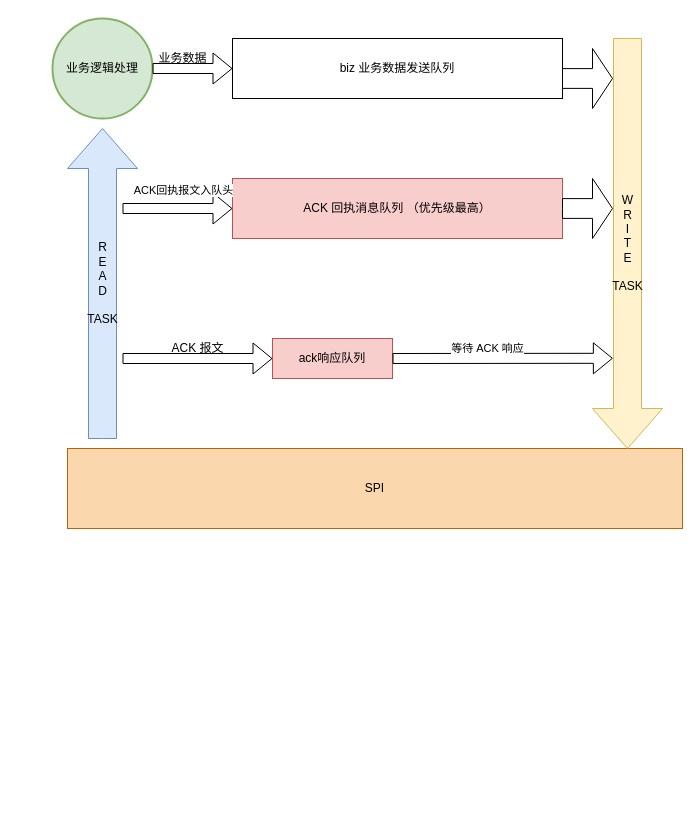
This is page "Page-3" (3 of 6) of elink.drawio from chenxuzy/ThreadPool, a draw.io file, before an edit. Source tidied: cells renumbered, new cells numbered last; positions are measured from the earlier drawing's top-left corner, leaving out a move shared by most shapes. Both pictures are drawn from the tidied source at 100%, with x=0, y=0 at pixel (52, 18).
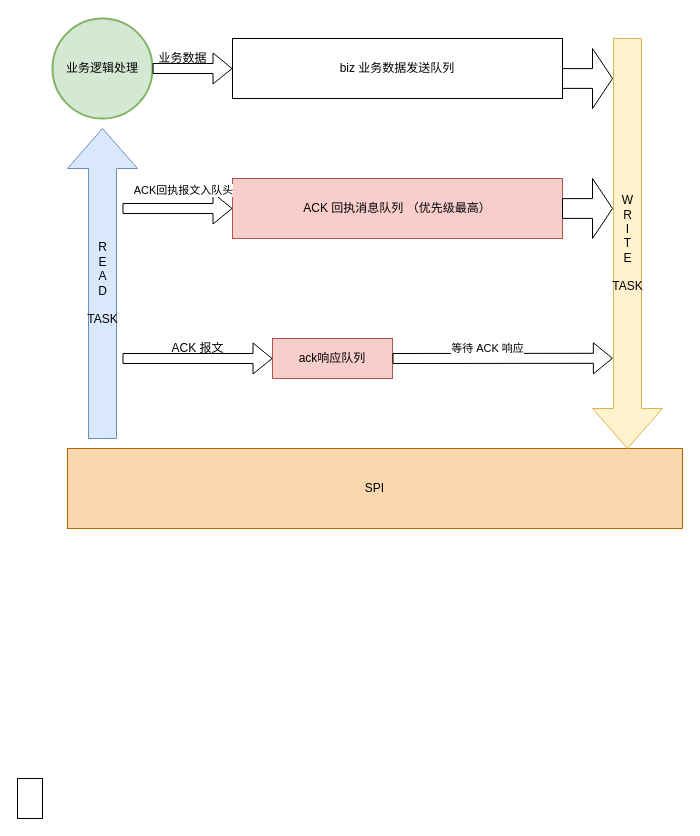
The same diagram, later.

The edit, as a diff of the source:
```diff
@@
+    <mxCell id="19" style="rounded=0;whiteSpace=wrap;html=1;" parent="1" vertex="1">
+      <mxGeometry x="-35" y="760" width="25" height="40" as="geometry" />
+    </mxCell>
```
